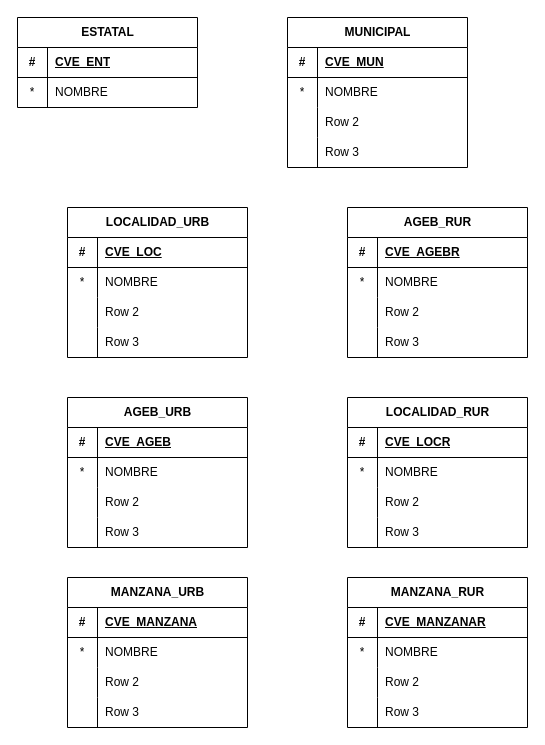
Before: ER.drawio in cadurang81/Testing, a draw.io diagram. Source tidied: cells renumbered, new cells numbered last; positions are measured from the earlier drawing's top-left corner, leaving out a move shared by most shapes. Both pictures are drawn from the tidied source at 100%, with x=0, y=0 at pixel (17, 17).
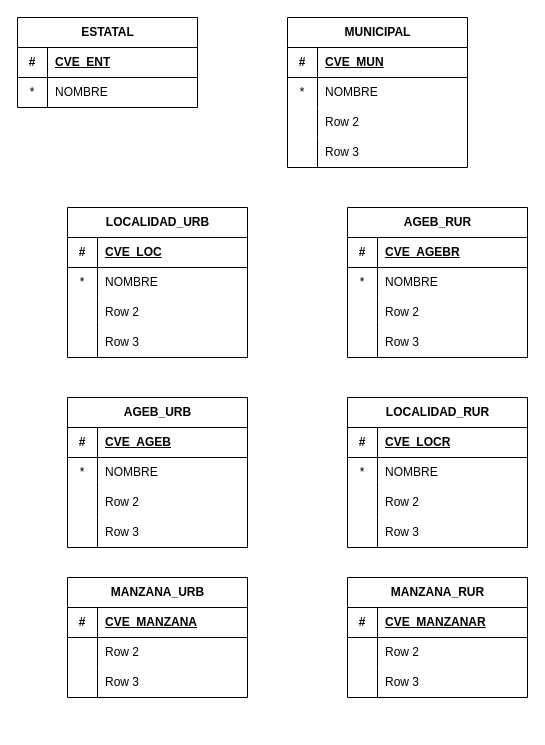
The same diagram, later.

The edit, as a diff of the source:
```diff
@@
     <mxCell id="74" value="MANZANA_URB" style="shape=table;startSize=30;childLayout=tableLayout;rowLines=0;fontStyle=1;align=center;html=1;" parent="1" vertex="1">
-      <mxGeometry x="50" y="560" width="180" height="150" as="geometry" />
+      <mxGeometry x="50" y="560" width="180" height="120" as="geometry" />
     </mxCell>
@@
-    <mxCell id="78" style="shape=tableRow;horizontal=0;startSize=0;swimlaneHead=0;swimlaneBody=0;fillColor=none;top=0;left=0;right=0;bottom=0;" parent="74" vertex="1">
-      <mxGeometry y="60" width="180" height="30" as="geometry" />
-    </mxCell>
-    <mxCell id="79" value="*" style="shape=partialRectangle;fillColor=none;top=0;left=0;bottom=0;right=0;overflow=hidden;whiteSpace=wrap;html=1;" parent="78" vertex="1">
-      <mxGeometry width="30" height="30" as="geometry" />
-    </mxCell>
-    <mxCell id="80" value="NOMBRE" style="shape=partialRectangle;fillColor=none;top=0;left=0;bottom=0;right=0;align=left;spacingLeft=6;overflow=hidden;whiteSpace=wrap;html=1;" parent="78" vertex="1">
-      <mxGeometry x="30" width="150" height="30" as="geometry" />
-    </mxCell>
     <mxCell id="81" style="shape=tableRow;horizontal=0;startSize=0;swimlaneHead=0;swimlaneBody=0;fillColor=none;top=0;left=0;right=0;bottom=0;" parent="74" vertex="1">
-      <mxGeometry y="90" width="180" height="30" as="geometry" />
+      <mxGeometry y="60" width="180" height="30" as="geometry" />
     </mxCell>
@@
     <mxCell id="84" style="shape=tableRow;horizontal=0;startSize=0;swimlaneHead=0;swimlaneBody=0;fillColor=none;top=0;left=0;right=0;bottom=0;" parent="74" vertex="1">
-      <mxGeometry y="120" width="180" height="30" as="geometry" />
+      <mxGeometry y="90" width="180" height="30" as="geometry" />
     </mxCell>
@@
     <mxCell id="87" value="MANZANA_RUR" style="shape=table;startSize=30;childLayout=tableLayout;rowLines=0;fontStyle=1;align=center;html=1;" parent="1" vertex="1">
-      <mxGeometry x="330" y="560" width="180" height="150" as="geometry" />
+      <mxGeometry x="330" y="560" width="180" height="120" as="geometry" />
     </mxCell>
@@
-    <mxCell id="91" style="shape=tableRow;horizontal=0;startSize=0;swimlaneHead=0;swimlaneBody=0;fillColor=none;top=0;left=0;right=0;bottom=0;" parent="87" vertex="1">
-      <mxGeometry y="60" width="180" height="30" as="geometry" />
-    </mxCell>
-    <mxCell id="92" value="*" style="shape=partialRectangle;fillColor=none;top=0;left=0;bottom=0;right=0;overflow=hidden;whiteSpace=wrap;html=1;" parent="91" vertex="1">
-      <mxGeometry width="30" height="30" as="geometry" />
-    </mxCell>
-    <mxCell id="93" value="NOMBRE" style="shape=partialRectangle;fillColor=none;top=0;left=0;bottom=0;right=0;align=left;spacingLeft=6;overflow=hidden;whiteSpace=wrap;html=1;" parent="91" vertex="1">
-      <mxGeometry x="30" width="150" height="30" as="geometry" />
-    </mxCell>
     <mxCell id="94" style="shape=tableRow;horizontal=0;startSize=0;swimlaneHead=0;swimlaneBody=0;fillColor=none;top=0;left=0;right=0;bottom=0;" parent="87" vertex="1">
-      <mxGeometry y="90" width="180" height="30" as="geometry" />
+      <mxGeometry y="60" width="180" height="30" as="geometry" />
     </mxCell>
@@
     <mxCell id="97" style="shape=tableRow;horizontal=0;startSize=0;swimlaneHead=0;swimlaneBody=0;fillColor=none;top=0;left=0;right=0;bottom=0;" parent="87" vertex="1">
-      <mxGeometry y="120" width="180" height="30" as="geometry" />
+      <mxGeometry y="90" width="180" height="30" as="geometry" />
     </mxCell>
```
